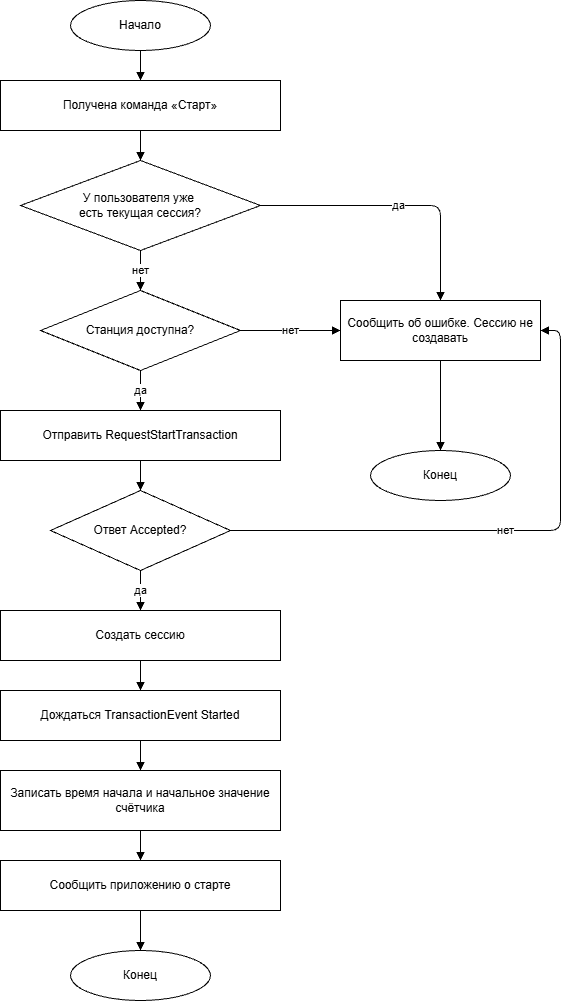
Earlier version of the draw.io export Диаграммы/Запуск сессии (2.8).png (PetrachkovArtem/diplom). Source tidied: cells renumbered, new cells last; positions are measured from the earlier drawing's top-left corner, leaving out a move shared by most shapes. Source of this version:
```xml
<mxGraphModel background="light-dark(#ffffff, #121212)">
  <root>
    <mxCell id="0" />
    <mxCell id="1" parent="0" />
    <mxCell id="2" value="Начало" style="ellipse;whiteSpace=wrap;html=1;" parent="1" vertex="1">
      <mxGeometry x="70" width="140" height="50" as="geometry" />
    </mxCell>
    <mxCell id="3" value="Получена команда «Старт»" style="rounded=0;whiteSpace=wrap;html=1;" parent="1" vertex="1">
      <mxGeometry y="80" width="280" height="50" as="geometry" />
    </mxCell>
    <mxCell id="4" value="У пользователя уже&amp;nbsp;&lt;div&gt;есть текущая сессия?&lt;/div&gt;" style="rhombus;whiteSpace=wrap;html=1;" parent="1" vertex="1">
      <mxGeometry x="20" y="160" width="240" height="90" as="geometry" />
    </mxCell>
    <mxCell id="5" value="Станция доступна?" style="rhombus;whiteSpace=wrap;html=1;" parent="1" vertex="1">
      <mxGeometry x="40" y="290" width="200" height="80" as="geometry" />
    </mxCell>
    <mxCell id="6" value="Отправить RequestStartTransaction" style="rounded=0;whiteSpace=wrap;html=1;" parent="1" vertex="1">
      <mxGeometry y="410" width="280" height="50" as="geometry" />
    </mxCell>
    <mxCell id="7" value="Ответ Accepted?" style="rhombus;whiteSpace=wrap;html=1;" parent="1" vertex="1">
      <mxGeometry x="50" y="490" width="180" height="80" as="geometry" />
    </mxCell>
    <mxCell id="8" value="Создать сессию" style="rounded=0;whiteSpace=wrap;html=1;" parent="1" vertex="1">
      <mxGeometry y="610" width="280" height="50" as="geometry" />
    </mxCell>
    <mxCell id="9" value="Дождаться TransactionEvent Started" style="rounded=0;whiteSpace=wrap;html=1;" parent="1" vertex="1">
      <mxGeometry y="690" width="280" height="50" as="geometry" />
    </mxCell>
    <mxCell id="10" value="Записать время начала и начальное значение счётчика" style="rounded=0;whiteSpace=wrap;html=1;" parent="1" vertex="1">
      <mxGeometry y="770" width="280" height="60" as="geometry" />
    </mxCell>
    <mxCell id="11" value="Сообщить приложению о старте" style="rounded=0;whiteSpace=wrap;html=1;" parent="1" vertex="1">
      <mxGeometry y="860" width="280" height="50" as="geometry" />
    </mxCell>
    <mxCell id="12" value="Сообщить об ошибке. Сессию не создавать" style="rounded=0;whiteSpace=wrap;html=1;" parent="1" vertex="1">
      <mxGeometry x="340" y="300" width="200" height="60" as="geometry" />
    </mxCell>
    <mxCell id="13" value="Конец" style="ellipse;whiteSpace=wrap;html=1;" parent="1" vertex="1">
      <mxGeometry x="70" y="950" width="140" height="50" as="geometry" />
    </mxCell>
    <mxCell id="14" value="Конец" style="ellipse;whiteSpace=wrap;html=1;" parent="1" vertex="1">
      <mxGeometry x="370" y="450" width="140" height="50" as="geometry" />
    </mxCell>
    <mxCell id="15" style="endArrow=block;html=1;" parent="1" edge="1" source="2" target="3">
      <mxGeometry relative="1" as="geometry" />
    </mxCell>
    <mxCell id="16" style="endArrow=block;html=1;" parent="1" edge="1" source="3" target="4">
      <mxGeometry relative="1" as="geometry" />
    </mxCell>
    <mxCell id="17" value="нет" style="endArrow=block;html=1;" parent="1" edge="1" source="4" target="5">
      <mxGeometry relative="1" as="geometry" />
    </mxCell>
    <mxCell id="18" value="да" style="endArrow=block;html=1;exitX=1;exitY=0.5;entryX=0.5;entryY=0;entryDx=0;entryDy=0;" parent="1" edge="1" source="4" target="12">
      <mxGeometry relative="1" as="geometry">
        <Array as="points">
          <mxPoint x="440" y="205" />
        </Array>
      </mxGeometry>
    </mxCell>
    <mxCell id="19" value="да" style="endArrow=block;html=1;" parent="1" edge="1" source="5" target="6">
      <mxGeometry relative="1" as="geometry" />
    </mxCell>
    <mxCell id="20" value="нет" style="endArrow=block;html=1;exitX=1;exitY=0.5;entryX=0;entryY=0.5;" parent="1" edge="1" source="5" target="12">
      <mxGeometry relative="1" as="geometry" />
    </mxCell>
    <mxCell id="21" style="endArrow=block;html=1;" parent="1" edge="1" source="6" target="7">
      <mxGeometry relative="1" as="geometry" />
    </mxCell>
    <mxCell id="22" value="да" style="endArrow=block;html=1;" parent="1" edge="1" source="7" target="8">
      <mxGeometry relative="1" as="geometry" />
    </mxCell>
    <mxCell id="23" value="нет" style="endArrow=block;html=1;exitX=1;exitY=0.5;entryX=1;entryY=0.5;entryDx=0;entryDy=0;" parent="1" edge="1" source="7" target="12">
      <mxGeometry relative="1" as="geometry">
        <Array as="points">
          <mxPoint x="560" y="530" />
          <mxPoint x="560" y="330" />
        </Array>
      </mxGeometry>
    </mxCell>
    <mxCell id="24" style="endArrow=block;html=1;" parent="1" edge="1" source="8" target="9">
      <mxGeometry relative="1" as="geometry" />
    </mxCell>
    <mxCell id="25" style="endArrow=block;html=1;" parent="1" edge="1" source="9" target="10">
      <mxGeometry relative="1" as="geometry" />
    </mxCell>
    <mxCell id="26" style="endArrow=block;html=1;" parent="1" edge="1" source="10" target="11">
      <mxGeometry relative="1" as="geometry" />
    </mxCell>
    <mxCell id="27" style="endArrow=block;html=1;" parent="1" edge="1" source="11" target="13">
      <mxGeometry relative="1" as="geometry" />
    </mxCell>
    <mxCell id="28" style="endArrow=block;html=1;" parent="1" edge="1" source="12" target="14">
      <mxGeometry relative="1" as="geometry" />
    </mxCell>
  </root>
</mxGraphModel>
```
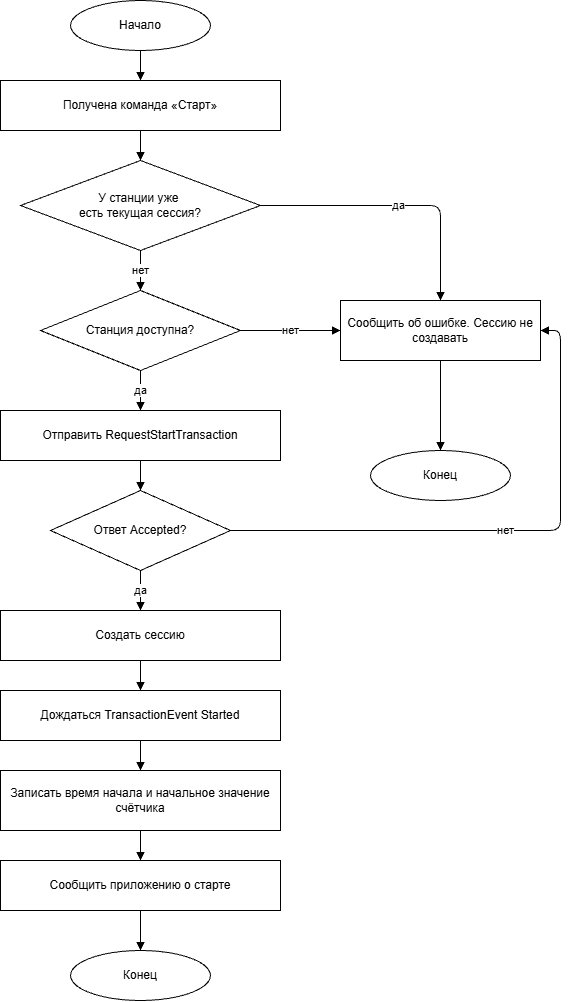
After the change.

Diff of the diagram source:
```diff
@@ -8,7 +8,7 @@
     <mxCell id="3" value="Получена команда «Старт»" style="rounded=0;whiteSpace=wrap;html=1;" parent="1" vertex="1">
       <mxGeometry y="80" width="280" height="50" as="geometry" />
     </mxCell>
-    <mxCell id="4" value="У пользователя уже&amp;nbsp;&lt;div&gt;есть текущая сессия?&lt;/div&gt;" style="rhombus;whiteSpace=wrap;html=1;" parent="1" vertex="1">
+    <mxCell id="4" value="У станции уже&amp;nbsp;&lt;div&gt;есть текущая сессия?&lt;/div&gt;" style="rhombus;whiteSpace=wrap;html=1;" parent="1" vertex="1">
       <mxGeometry x="20" y="160" width="240" height="90" as="geometry" />
     </mxCell>
     <mxCell id="5" value="Станция доступна?" style="rhombus;whiteSpace=wrap;html=1;" parent="1" vertex="1">
```
